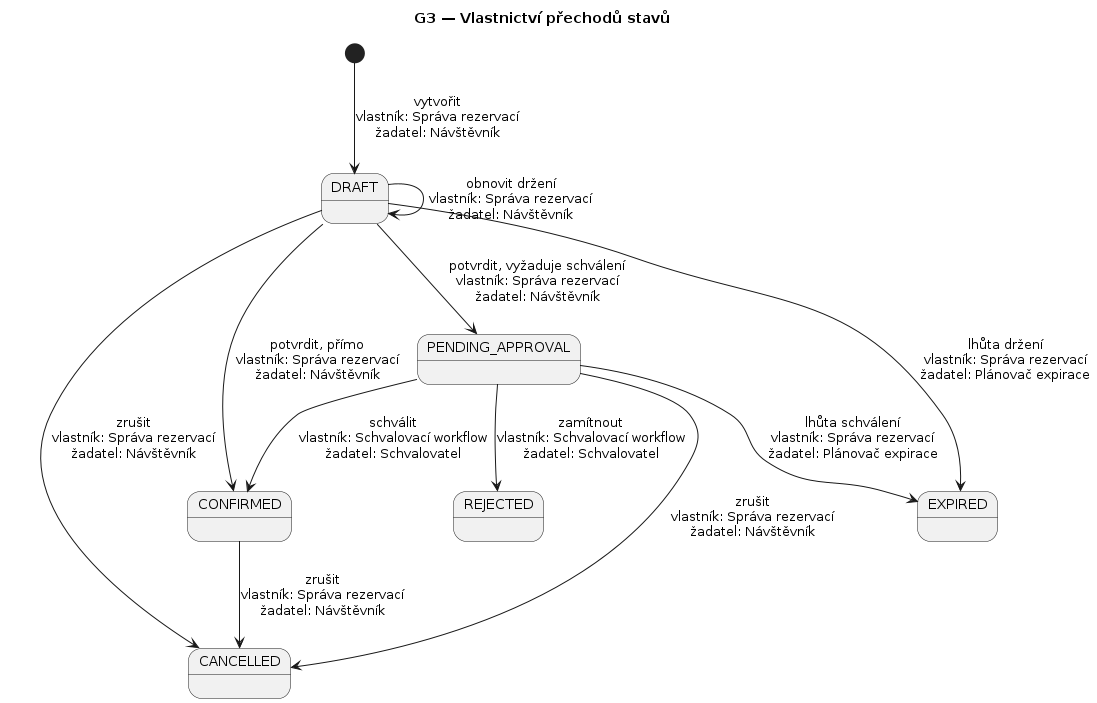
Before: docs/diagrams/c03/state-ownership.png, a diagram exported from PlantUML (jn-flk/SWI). Its diagram source:
```plantuml
@startuml
title G3 — Vlastnictví přechodů stavů

state DRAFT
state PENDING_APPROVAL
state CONFIRMED
state REJECTED
state CANCELLED
state EXPIRED

[*] --> DRAFT : vytvořit\nvlastník: Správa rezervací\nžadatel: Návštěvník
DRAFT --> CONFIRMED : potvrdit, přímo\nvlastník: Správa rezervací\nžadatel: Návštěvník
DRAFT --> PENDING_APPROVAL : potvrdit, vyžaduje schválení\nvlastník: Správa rezervací\nžadatel: Návštěvník
DRAFT --> DRAFT : obnovit držení\nvlastník: Správa rezervací\nžadatel: Návštěvník
PENDING_APPROVAL --> CONFIRMED : schválit\nvlastník: Schvalovací workflow\nžadatel: Schvalovatel
PENDING_APPROVAL --> REJECTED : zamítnout\nvlastník: Schvalovací workflow\nžadatel: Schvalovatel
DRAFT --> CANCELLED : zrušit\nvlastník: Správa rezervací\nžadatel: Návštěvník
PENDING_APPROVAL --> CANCELLED : zrušit\nvlastník: Správa rezervací\nžadatel: Návštěvník
CONFIRMED --> CANCELLED : zrušit\nvlastník: Správa rezervací\nžadatel: Návštěvník
DRAFT --> EXPIRED : lhůta držení\nvlastník: Správa rezervací\nžadatel: Plánovač expirace
PENDING_APPROVAL --> EXPIRED : lhůta schválení\nvlastník: Správa rezervací\nžadatel: Plánovač expirace
@enduml
```
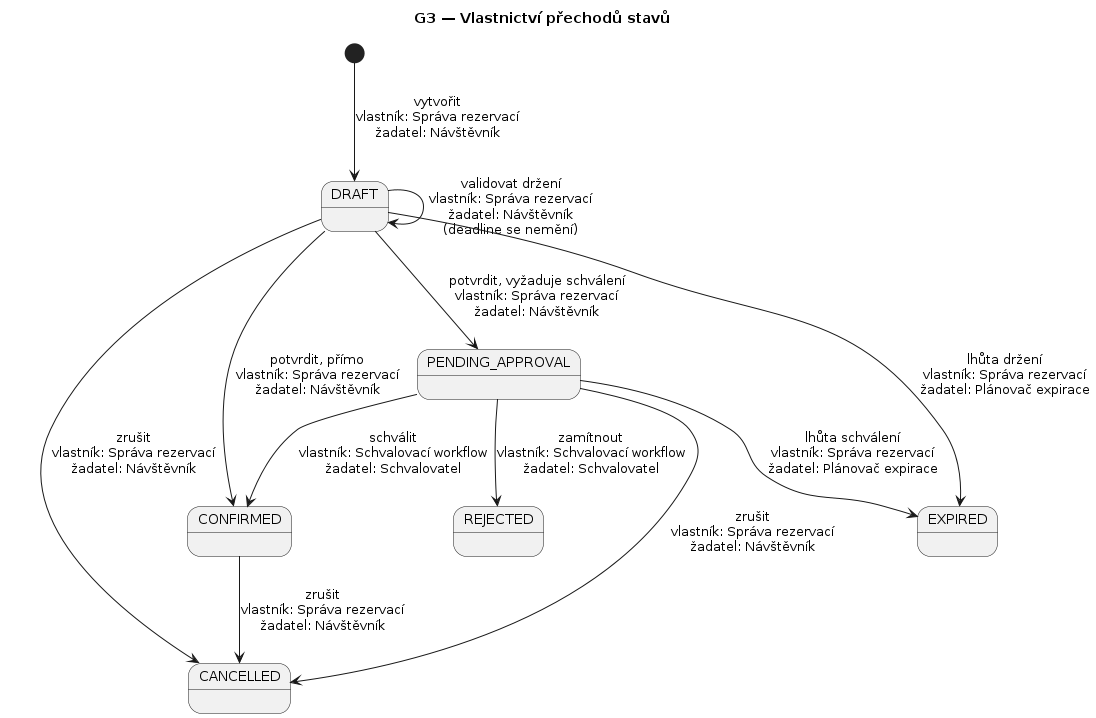
After the change.

Change to the diagram source:
```diff
@@ -11,7 +11,7 @@
 [*] --> DRAFT : vytvořit\nvlastník: Správa rezervací\nžadatel: Návštěvník
 DRAFT --> CONFIRMED : potvrdit, přímo\nvlastník: Správa rezervací\nžadatel: Návštěvník
 DRAFT --> PENDING_APPROVAL : potvrdit, vyžaduje schválení\nvlastník: Správa rezervací\nžadatel: Návštěvník
-DRAFT --> DRAFT : obnovit držení\nvlastník: Správa rezervací\nžadatel: Návštěvník
+DRAFT --> DRAFT : validovat držení\nvlastník: Správa rezervací\nžadatel: Návštěvník\n(deadline se nemění)
 PENDING_APPROVAL --> CONFIRMED : schválit\nvlastník: Schvalovací workflow\nžadatel: Schvalovatel
 PENDING_APPROVAL --> REJECTED : zamítnout\nvlastník: Schvalovací workflow\nžadatel: Schvalovatel
 DRAFT --> CANCELLED : zrušit\nvlastník: Správa rezervací\nžadatel: Návštěvník
```
